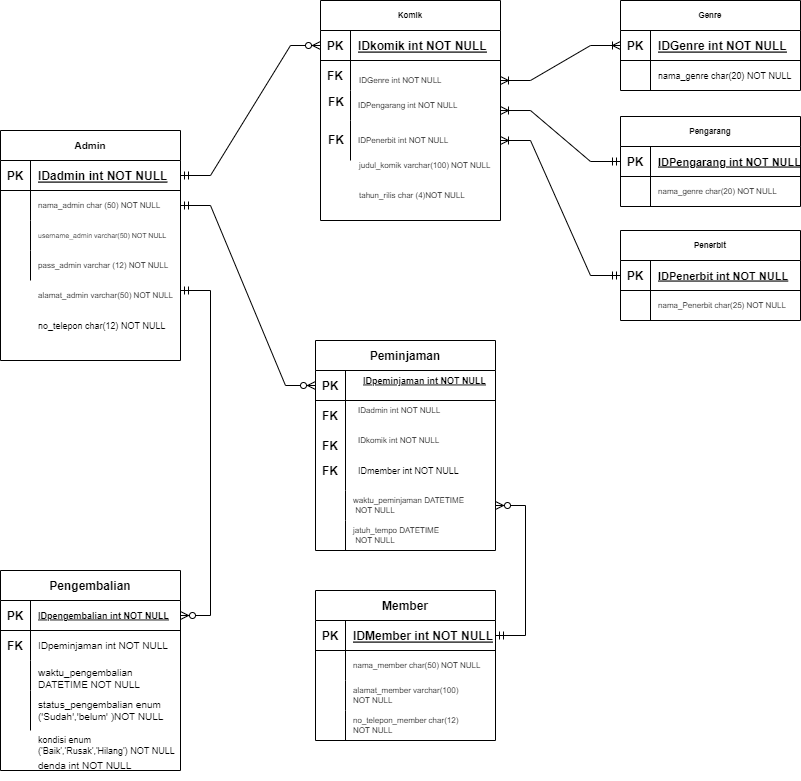
Before: Pertemuan 6/Pertemuan 6.drawio.png, a diagram exported from draw.io (Naufalzaki05/IF214002). Source tidied: cells renumbered, new cells last; positions are measured from the earlier drawing's top-left corner, leaving out a move shared by most shapes.
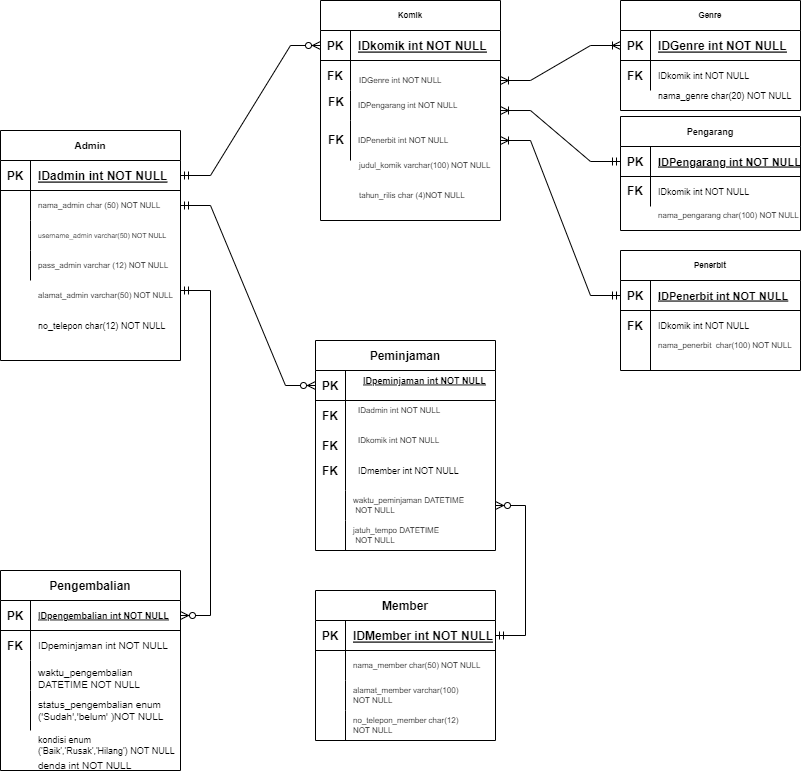
After the commit.

Diff of the diagram source:
```diff
@@ -239,7 +239,7 @@
       <mxGeometry x="315" y="455" width="30" height="30" as="geometry" />
     </mxCell>
     <mxCell id="80" value="Genre" style="shape=table;startSize=30;rowLines=0;fontStyle=1;align=center;fontSize=8;" parent="1" vertex="1">
-      <mxGeometry x="620" width="180" height="90" as="geometry" />
+      <mxGeometry x="620" width="180" height="110" as="geometry" />
     </mxCell>
     <mxCell id="81" style="shape=tableRow;horizontal=0;startSize=0;swimlaneHead=0;swimlaneBody=0;fillColor=none;points=[[0,0.5],[1,0.5]];portConstraint=eastwest;top=0;left=0;right=0;bottom=1;" parent="80" vertex="1">
       <mxGeometry y="30" width="180" height="30" as="geometry" />
@@ -256,7 +256,7 @@
     <mxCell id="85" style="shape=partialRectangle;fillColor=none;top=0;left=0;bottom=0;right=0;overflow=hidden;" parent="84" vertex="1">
       <mxGeometry width="30" height="30" as="geometry" />
     </mxCell>
-    <mxCell id="86" value="nama_genre char(20) NOT NULL" style="shape=partialRectangle;fillColor=none;top=0;left=0;bottom=0;right=0;align=left;spacingLeft=6;overflow=hidden;fontSize=9;" parent="84" vertex="1">
+    <mxCell id="86" value="IDkomik int NOT NULL" style="shape=partialRectangle;fillColor=none;top=0;left=0;bottom=0;right=0;align=left;spacingLeft=6;overflow=hidden;fontSize=9;fontStyle=0;" parent="84" vertex="1">
       <mxGeometry x="30" width="150" height="30" as="geometry" />
     </mxCell>
     <mxCell id="87" value="IDGenre int NOT NULL" style="shape=partialRectangle;fillColor=none;top=0;left=0;bottom=0;right=0;align=left;spacingLeft=6;overflow=hidden;fontSize=8;" parent="1" vertex="1">
@@ -282,8 +282,8 @@
         <mxPoint x="500" y="80" as="sourcePoint" />
       </mxGeometry>
     </mxCell>
-    <mxCell id="94" value="Pengarang" style="shape=table;startSize=30;rowLines=0;fontStyle=1;align=center;fontSize=8;" parent="1" vertex="1">
-      <mxGeometry x="620" y="116" width="180" height="90" as="geometry" />
+    <mxCell id="94" value="Pengarang" style="shape=table;startSize=30;rowLines=0;fontStyle=1;align=center;fontSize=9;" parent="1" vertex="1">
+      <mxGeometry x="620" y="116" width="180" height="114" as="geometry" />
     </mxCell>
     <mxCell id="95" style="shape=tableRow;horizontal=0;startSize=0;swimlaneHead=0;swimlaneBody=0;fillColor=none;points=[[0,0.5],[1,0.5]];portConstraint=eastwest;top=0;left=0;right=0;bottom=1;" parent="94" vertex="1">
       <mxGeometry y="30" width="180" height="30" as="geometry" />
@@ -300,14 +300,14 @@
     <mxCell id="99" style="shape=partialRectangle;fillColor=none;top=0;left=0;bottom=0;right=0;overflow=hidden;" parent="98" vertex="1">
       <mxGeometry width="30" height="30" as="geometry" />
     </mxCell>
-    <mxCell id="100" value="nama_genre char(20) NOT NULL" style="shape=partialRectangle;fillColor=none;top=0;left=0;bottom=0;right=0;align=left;spacingLeft=6;overflow=hidden;fontSize=8;" parent="98" vertex="1">
+    <mxCell id="100" value="IDkomik int NOT NULL" style="shape=partialRectangle;fillColor=none;top=0;left=0;bottom=0;right=0;align=left;spacingLeft=6;overflow=hidden;fontSize=9;" parent="98" vertex="1">
       <mxGeometry x="30" width="150" height="30" as="geometry" />
     </mxCell>
     <mxCell id="101" style="edgeStyle=entityRelationEdgeStyle;fontSize=12;html=1;endArrow=ERoneToMany;startArrow=ERmandOne;rounded=0;entryX=1;entryY=0.667;entryDx=0;entryDy=0;entryPerimeter=0;exitX=0;exitY=0.5;exitDx=0;exitDy=0;" parent="1" edge="1" source="95" target="24">
       <mxGeometry relative="1" as="geometry" />
     </mxCell>
     <mxCell id="102" value="Penerbit" style="shape=table;startSize=30;rowLines=0;fontStyle=1;align=center;fontSize=8;" parent="1" vertex="1">
-      <mxGeometry x="620" y="230" width="180" height="90" as="geometry" />
+      <mxGeometry x="620" y="250" width="180" height="120" as="geometry" />
     </mxCell>
     <mxCell id="103" style="shape=tableRow;horizontal=0;startSize=0;swimlaneHead=0;swimlaneBody=0;fillColor=none;points=[[0,0.5],[1,0.5]];portConstraint=eastwest;top=0;left=0;right=0;bottom=1;" parent="102" vertex="1">
       <mxGeometry y="30" width="180" height="30" as="geometry" />
@@ -319,13 +319,13 @@
       <mxGeometry x="30" width="150" height="30" as="geometry" />
     </mxCell>
     <mxCell id="106" style="shape=tableRow;horizontal=0;startSize=0;swimlaneHead=0;swimlaneBody=0;fillColor=none;top=0;left=0;right=0;bottom=0;" parent="102" vertex="1">
-      <mxGeometry y="60" width="180" height="30" as="geometry" />
+      <mxGeometry y="60" width="180" height="60" as="geometry" />
     </mxCell>
     <mxCell id="107" style="shape=partialRectangle;fillColor=none;top=0;left=0;bottom=0;right=0;overflow=hidden;" parent="106" vertex="1">
-      <mxGeometry width="30" height="30" as="geometry" />
+      <mxGeometry width="30" height="60" as="geometry" />
     </mxCell>
-    <mxCell id="108" value="nama_Penerbit char(25) NOT NULL" style="shape=partialRectangle;fillColor=none;top=0;left=0;bottom=0;right=0;align=left;spacingLeft=6;overflow=hidden;fontSize=8;" parent="106" vertex="1">
-      <mxGeometry x="30" width="150" height="30" as="geometry" />
+    <mxCell id="108" style="shape=partialRectangle;fillColor=none;top=0;left=0;bottom=0;right=0;align=left;spacingLeft=6;overflow=hidden;fontSize=8;" parent="106" vertex="1">
+      <mxGeometry x="30" width="150" height="60" as="geometry" />
     </mxCell>
     <mxCell id="109" style="edgeStyle=entityRelationEdgeStyle;fontSize=12;html=1;endArrow=ERoneToMany;startArrow=ERmandOne;rounded=0;entryX=1;entryY=0.5;entryDx=0;entryDy=0;exitX=0;exitY=0.5;exitDx=0;exitDy=0;" parent="1" edge="1" source="103" target="27">
       <mxGeometry relative="1" as="geometry" />
@@ -339,5 +339,26 @@
     <mxCell id="112" value="denda int NOT NULL" style="shape=partialRectangle;fillColor=none;top=0;left=0;bottom=0;right=0;align=left;spacingLeft=6;overflow=hidden;fontSize=10;" parent="1" vertex="1">
       <mxGeometry x="30" y="750" width="150" height="30" as="geometry" />
     </mxCell>
+    <mxCell id="113" value="nama_genre char(20) NOT NULL" style="shape=partialRectangle;fillColor=none;top=0;left=0;bottom=0;right=0;align=left;spacingLeft=6;overflow=hidden;fontSize=9;" parent="1" vertex="1">
+      <mxGeometry x="650" y="80" width="150" height="30" as="geometry" />
+    </mxCell>
+    <mxCell id="114" value="nama_pengarang char(100) NOT NULL" style="shape=partialRectangle;fillColor=none;top=0;left=0;bottom=0;right=0;align=left;spacingLeft=6;overflow=hidden;fontSize=8;" parent="1" vertex="1">
+      <mxGeometry x="650" y="200" width="150" height="30" as="geometry" />
+    </mxCell>
+    <mxCell id="115" value="IDkomik int NOT NULL" style="shape=partialRectangle;fillColor=none;top=0;left=0;bottom=0;right=0;align=left;spacingLeft=6;overflow=hidden;fontSize=9;" parent="1" vertex="1">
+      <mxGeometry x="650" y="310" width="150" height="30" as="geometry" />
+    </mxCell>
+    <mxCell id="116" value="nama_penerbit  char(100) NOT NULL" style="shape=partialRectangle;fillColor=none;top=0;left=0;bottom=0;right=0;align=left;spacingLeft=6;overflow=hidden;fontSize=8;" parent="1" vertex="1">
+      <mxGeometry x="650" y="330" width="150" height="30" as="geometry" />
+    </mxCell>
+    <mxCell id="117" value="FK" style="shape=partialRectangle;fillColor=none;top=0;left=0;bottom=0;right=0;overflow=hidden;fontStyle=1;" parent="1" vertex="1">
+      <mxGeometry x="620" y="175" width="30" height="30" as="geometry" />
+    </mxCell>
+    <mxCell id="118" value="FK" style="shape=partialRectangle;fillColor=none;top=0;left=0;bottom=0;right=0;overflow=hidden;fontStyle=1;" parent="1" vertex="1">
+      <mxGeometry x="620" y="60" width="30" height="30" as="geometry" />
+    </mxCell>
+    <mxCell id="119" value="FK" style="shape=partialRectangle;fillColor=none;top=0;left=0;bottom=0;right=0;overflow=hidden;fontStyle=1;" parent="1" vertex="1">
+      <mxGeometry x="620" y="310" width="30" height="30" as="geometry" />
+    </mxCell>
   </root>
 </mxGraphModel>
```
